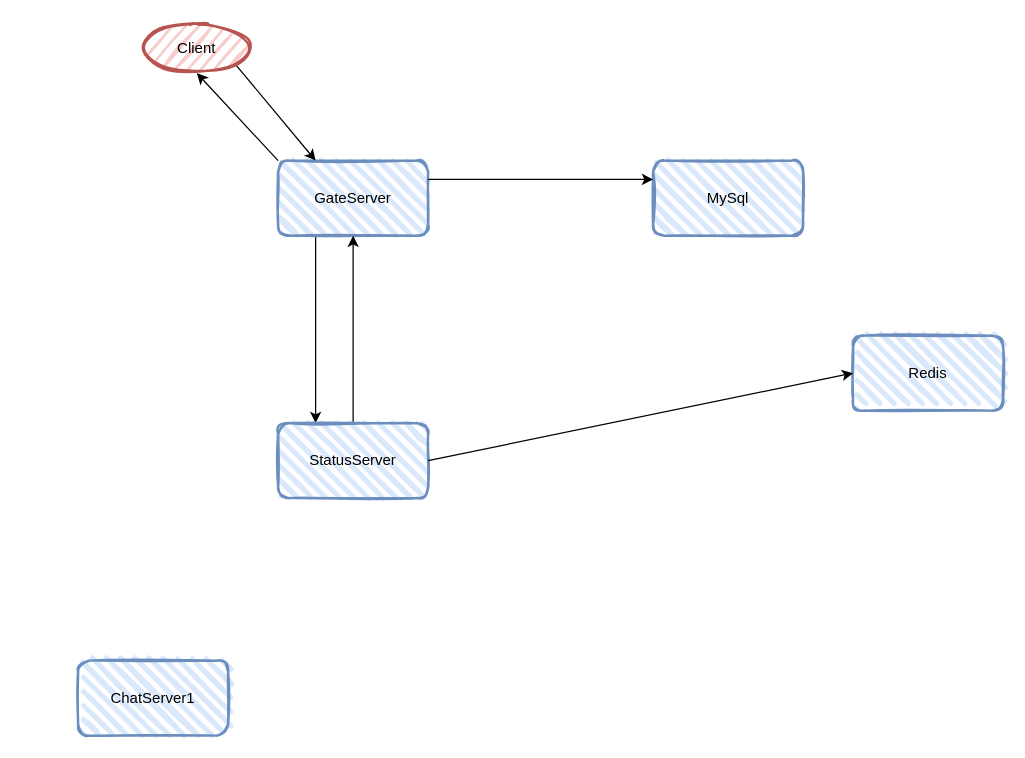
This is docs/addfriend.drawio from SuycxZMZ/CChat, a draw.io file, before an edit. Source tidied: cells renumbered, new cells numbered last; positions are measured from the earlier drawing's top-left corner, leaving out a move shared by most shapes. Both pictures are drawn from the tidied source at 125%, with x=0, y=0 at pixel (78, 22).
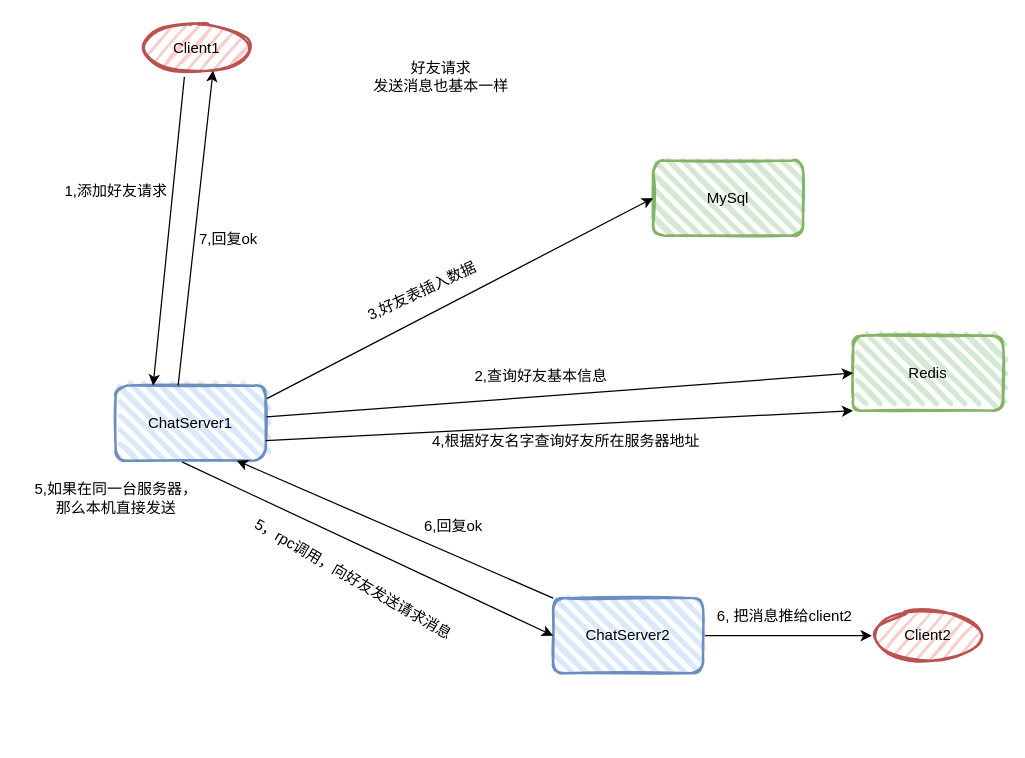
Above is the later version.

Commit message (it also covers changes not shown here):
补充一点注释和业务流程图

What changed in the source:
```diff
@@
-    <mxCell id="2" style="edgeStyle=orthogonalEdgeStyle;rounded=0;jettySize=auto;html=1;exitX=0.25;exitY=1;exitDx=0;exitDy=0;entryX=0.25;entryY=0;entryDx=0;entryDy=0;" parent="1" edge="1" source="3" target="6">
-      <mxGeometry relative="1" as="geometry" />
-    </mxCell>
-    <mxCell id="3" value="GateServer" style="rounded=1;whiteSpace=wrap;html=1;strokeWidth=2;fillWeight=4;hachureGap=8;hachureAngle=45;fillColor=#dae8fc;sketch=1;strokeColor=#6c8ebf;" parent="1" vertex="1">
-      <mxGeometry x="160" y="110" width="120" height="60" as="geometry" />
-    </mxCell>
-    <mxCell id="4" value="Client" style="ellipse;whiteSpace=wrap;html=1;strokeWidth=2;fillWeight=2;hachureGap=8;fillColor=#f8cecc;fillStyle=dots;sketch=1;strokeColor=#b85450;" parent="1" vertex="1">
+    <mxCell id="4" value="Client1" style="ellipse;whiteSpace=wrap;html=1;strokeWidth=2;fillWeight=2;hachureGap=8;fillColor=#f8cecc;fillStyle=dots;sketch=1;strokeColor=#b85450;" parent="1" vertex="1">
       <mxGeometry x="50" width="90" height="40" as="geometry" />
     </mxCell>
-    <mxCell id="5" style="edgeStyle=orthogonalEdgeStyle;rounded=0;jettySize=auto;html=1;exitX=0.5;exitY=0;exitDx=0;exitDy=0;entryX=0.5;entryY=1;entryDx=0;entryDy=0;" parent="1" edge="1" source="6" target="3">
-      <mxGeometry relative="1" as="geometry" />
-    </mxCell>
-    <mxCell id="6" value="StatusServer" style="rounded=1;whiteSpace=wrap;html=1;strokeWidth=2;fillWeight=4;hachureGap=8;hachureAngle=45;fillColor=#dae8fc;sketch=1;strokeColor=#6c8ebf;" parent="1" vertex="1">
-      <mxGeometry x="160" y="320" width="120" height="60" as="geometry" />
-    </mxCell>
-    <mxCell id="7" style="endArrow=classic;html=1;rounded=0;exitX=1;exitY=1;exitDx=0;exitDy=0;entryX=0.25;entryY=0;entryDx=0;entryDy=0;" parent="1" edge="1" source="4" target="3">
-      <mxGeometry relative="1" as="geometry" />
-    </mxCell>
-    <mxCell id="8" value="MySql" style="rounded=1;whiteSpace=wrap;html=1;strokeWidth=2;fillWeight=4;hachureGap=8;hachureAngle=45;fillColor=#dae8fc;sketch=1;strokeColor=#6c8ebf;" parent="1" vertex="1">
+    <mxCell id="8" value="MySql" style="rounded=1;whiteSpace=wrap;html=1;strokeWidth=2;fillWeight=4;hachureGap=8;hachureAngle=45;fillColor=#d5e8d4;sketch=1;strokeColor=#82b366;" parent="1" vertex="1">
       <mxGeometry x="460" y="110" width="120" height="60" as="geometry" />
     </mxCell>
-    <mxCell id="9" value="Redis" style="rounded=1;whiteSpace=wrap;html=1;strokeWidth=2;fillWeight=4;hachureGap=8;hachureAngle=45;fillColor=#dae8fc;sketch=1;strokeColor=#6c8ebf;" parent="1" vertex="1">
+    <mxCell id="9" value="Redis" style="rounded=1;whiteSpace=wrap;html=1;strokeWidth=2;fillWeight=4;hachureGap=8;hachureAngle=45;fillColor=#d5e8d4;sketch=1;strokeColor=#82b366;" parent="1" vertex="1">
       <mxGeometry x="620" y="250" width="120" height="60" as="geometry" />
     </mxCell>
-    <mxCell id="10" style="endArrow=classic;html=1;rounded=0;exitX=1;exitY=0.25;exitDx=0;exitDy=0;entryX=0;entryY=0.25;entryDx=0;entryDy=0;" parent="1" edge="1" source="3" target="8">
-      <mxGeometry relative="1" as="geometry" />
-    </mxCell>
-    <mxCell id="11" style="endArrow=classic;html=1;rounded=0;exitX=0;exitY=0;exitDx=0;exitDy=0;entryX=0.5;entryY=1;entryDx=0;entryDy=0;" parent="1" edge="1" source="3" target="4">
-      <mxGeometry relative="1" as="geometry" />
-    </mxCell>
-    <mxCell id="12" style="endArrow=classic;html=1;rounded=0;entryX=0;entryY=0.5;entryDx=0;entryDy=0;" parent="1" edge="1" target="9">
-      <mxGeometry relative="1" as="geometry">
-        <mxPoint x="280" y="350" as="sourcePoint" />
-      </mxGeometry>
-    </mxCell>
     <mxCell id="13" value="ChatServer1" style="rounded=1;whiteSpace=wrap;html=1;strokeWidth=2;fillWeight=4;hachureGap=8;hachureAngle=45;fillColor=#dae8fc;sketch=1;strokeColor=#6c8ebf;" parent="1" vertex="1">
-      <mxGeometry y="510" width="120" height="60" as="geometry" />
+      <mxGeometry x="30" y="290" width="120" height="60" as="geometry" />
     </mxCell>
+    <mxCell id="14" style="edgeStyle=orthogonalEdgeStyle;rounded=0;jettySize=auto;html=1;exitX=1;exitY=0.5;exitDx=0;exitDy=0;entryX=0;entryY=0.5;entryDx=0;entryDy=0;" parent="1" edge="1" source="15" target="31">
+      <mxGeometry relative="1" as="geometry" />
+    </mxCell>
+    <mxCell id="15" value="ChatServer2" style="rounded=1;whiteSpace=wrap;html=1;strokeWidth=2;fillWeight=4;hachureGap=8;hachureAngle=45;fillColor=#dae8fc;sketch=1;strokeColor=#6c8ebf;" parent="1" vertex="1">
+      <mxGeometry x="380" y="460" width="120" height="60" as="geometry" />
+    </mxCell>
+    <mxCell id="16" style="endArrow=classic;html=1;rounded=0;exitX=0.389;exitY=1.075;exitDx=0;exitDy=0;exitPerimeter=0;entryX=0.25;entryY=0;entryDx=0;entryDy=0;" parent="1" edge="1" source="4" target="13">
+      <mxGeometry relative="1" as="geometry" />
+    </mxCell>
+    <mxCell id="17" value="1,添加好友请求" style="text;html=1;align=center;verticalAlign=middle;strokeColor=none;fillColor=none;" parent="1" vertex="1">
+      <mxGeometry x="-25" y="120" width="110" height="30" as="geometry" />
+    </mxCell>
+    <mxCell id="18" style="endArrow=classic;html=1;rounded=0;exitX=1.006;exitY=0.418;exitDx=0;exitDy=0;entryX=0;entryY=0.5;entryDx=0;entryDy=0;exitPerimeter=0;" parent="1" edge="1" source="13" target="9">
+      <mxGeometry relative="1" as="geometry" />
+    </mxCell>
+    <mxCell id="19" value="2,查询好友基本信息" style="text;html=1;align=center;verticalAlign=middle;strokeColor=none;fillColor=none;" parent="1" vertex="1">
+      <mxGeometry x="305" y="268" width="130" height="30" as="geometry" />
+    </mxCell>
+    <mxCell id="20" style="endArrow=classic;html=1;rounded=0;entryX=0;entryY=0.5;entryDx=0;entryDy=0;exitX=1.008;exitY=0.174;exitDx=0;exitDy=0;exitPerimeter=0;" parent="1" edge="1" source="13" target="8">
+      <mxGeometry relative="1" as="geometry" />
+    </mxCell>
+    <mxCell id="21" value="3,好友表插入数据" style="text;html=1;align=center;verticalAlign=middle;strokeColor=none;fillColor=none;rotation=-25;" parent="1" vertex="1">
+      <mxGeometry x="215" y="200" width="120" height="30" as="geometry" />
+    </mxCell>
+    <mxCell id="22" style="endArrow=classic;html=1;rounded=0;entryX=0;entryY=1;entryDx=0;entryDy=0;exitX=1;exitY=0.732;exitDx=0;exitDy=0;exitPerimeter=0;" parent="1" edge="1" source="13" target="9">
+      <mxGeometry relative="1" as="geometry" />
+    </mxCell>
+    <mxCell id="23" value="4,根据好友名字查询好友所在服务器地址" style="text;html=1;align=center;verticalAlign=middle;strokeColor=none;fillColor=none;" parent="1" vertex="1">
+      <mxGeometry x="270" y="320" width="240" height="30" as="geometry" />
+    </mxCell>
+    <mxCell id="24" style="endArrow=classic;html=1;rounded=0;exitX=0.442;exitY=1.017;exitDx=0;exitDy=0;exitPerimeter=0;entryX=0;entryY=0.5;entryDx=0;entryDy=0;" parent="1" edge="1" source="13" target="15">
+      <mxGeometry relative="1" as="geometry" />
+    </mxCell>
+    <mxCell id="25" value="5，rpc调用，向好友发送请求消息" style="text;html=1;align=center;verticalAlign=middle;strokeColor=none;fillColor=none;rotation=30;" parent="1" vertex="1">
+      <mxGeometry x="120" y="430" width="200" height="30" as="geometry" />
+    </mxCell>
+    <mxCell id="26" value="5,如果在同一台服务器，&lt;div&gt;那么本机直接发送&lt;/div&gt;" style="text;html=1;align=center;verticalAlign=middle;strokeColor=none;fillColor=none;" parent="1" vertex="1">
+      <mxGeometry x="-45" y="360" width="150" height="40" as="geometry" />
+    </mxCell>
+    <mxCell id="27" style="endArrow=classic;html=1;rounded=0;exitX=0;exitY=0;exitDx=0;exitDy=0;entryX=0.808;entryY=1;entryDx=0;entryDy=0;entryPerimeter=0;" parent="1" edge="1" source="15" target="13">
+      <mxGeometry relative="1" as="geometry" />
+    </mxCell>
+    <mxCell id="28" value="6,回复ok" style="text;html=1;align=center;verticalAlign=middle;strokeColor=none;fillColor=none;" parent="1" vertex="1">
+      <mxGeometry x="265" y="388" width="70" height="30" as="geometry" />
+    </mxCell>
+    <mxCell id="29" style="endArrow=classic;html=1;rounded=0;entryX=0.644;entryY=0.95;entryDx=0;entryDy=0;entryPerimeter=0;" parent="1" edge="1" target="4">
+      <mxGeometry relative="1" as="geometry">
+        <mxPoint x="80" y="290" as="sourcePoint" />
+      </mxGeometry>
+    </mxCell>
+    <mxCell id="30" value="7,回复ok" style="text;html=1;align=center;verticalAlign=middle;strokeColor=none;fillColor=none;" parent="1" vertex="1">
+      <mxGeometry x="85" y="158" width="70" height="30" as="geometry" />
+    </mxCell>
+    <mxCell id="31" value="Client2" style="ellipse;whiteSpace=wrap;html=1;strokeWidth=2;fillWeight=2;hachureGap=8;fillColor=#f8cecc;fillStyle=dots;sketch=1;strokeColor=#b85450;" parent="1" vertex="1">
+      <mxGeometry x="635" y="470" width="90" height="40" as="geometry" />
+    </mxCell>
+    <mxCell id="32" value="6, 把消息推给client2" style="text;html=1;align=center;verticalAlign=middle;strokeColor=none;fillColor=none;" parent="1" vertex="1">
+      <mxGeometry x="500" y="460" width="130" height="30" as="geometry" />
+    </mxCell>
+    <mxCell id="33" value="好友请求&lt;div&gt;发送消息也基本一样&lt;/div&gt;" style="text;html=1;align=center;verticalAlign=middle;strokeColor=none;fillColor=none;" parent="1" vertex="1">
+      <mxGeometry x="225" y="23" width="130" height="40" as="geometry" />
+    </mxCell>
```
